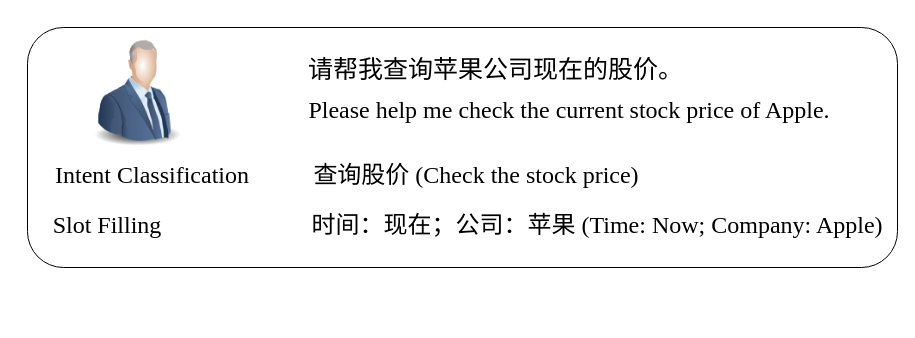
Earlier version of the draw.io diagram chinese_NLU/Chinese_NLU_task.drawio (lengyueit/paper_pic). Source tidied: cells renumbered, new cells numbered last; positions are measured from the earlier drawing's top-left corner, leaving out a move shared by most shapes. Both pictures are drawn from the tidied source at 100%, with x=0, y=0 at pixel (27, 27).
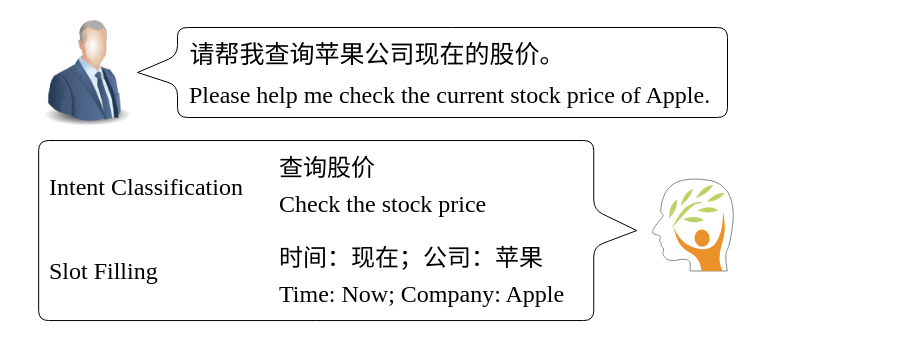
Above is the later version.

What changed in the source:
```diff
@@
 <mxGraphModel>
   <root>
     <mxCell id="0" />
     <mxCell id="1" parent="0" />
-    <mxCell id="2" style="rounded=1;whiteSpace=wrap;html=1;" parent="1" vertex="1">
-      <mxGeometry width="870" height="240" as="geometry" />
-    </mxCell>
+    <mxCell id="10" style="shape=callout;whiteSpace=wrap;html=1;perimeter=calloutPerimeter;rotation=90;rounded=1;direction=west;size=43;position=0.41;base=37;" parent="1" vertex="1">
+      <mxGeometry x="220.2" y="-96" width="180" height="598.1" as="geometry" />
+    </mxCell>
+    <mxCell id="11" style="shape=callout;whiteSpace=wrap;html=1;perimeter=calloutPerimeter;rotation=90;rounded=1;direction=east;size=40;position=0.31;base=30;" parent="1" vertex="1">
+      <mxGeometry x="360" y="-250" width="90" height="590" as="geometry" />
+    </mxCell>
     <mxCell id="3" style="image;html=1;image=img/lib/clip_art/people/Suit_Man_Blue_128x128.png;" parent="1" vertex="1">
-      <mxGeometry x="40" y="10" width="140" height="110" as="geometry" />
+      <mxGeometry x="-10" y="-10" width="140" height="110" as="geometry" />
     </mxCell>
     <mxCell id="4" value="&lt;font face=&quot;Times New Roman&quot; style=&quot;font-size: 25px;&quot;&gt;请帮我查询苹果公司现在的股价。&lt;/font&gt;" style="text;html=1;align=center;verticalAlign=middle;whiteSpace=wrap;rounded=0;fontSize=30;" parent="1" vertex="1">
-      <mxGeometry x="278" y="25" width="381" height="30" as="geometry" />
+      <mxGeometry x="160" y="10" width="380" height="30" as="geometry" />
     </mxCell>
-    <mxCell id="5" value="&lt;font face=&quot;Times New Roman&quot; style=&quot;font-size: 24px;&quot;&gt;查询股价 (Check the stock price)&lt;/font&gt;" style="text;html=1;align=center;verticalAlign=middle;whiteSpace=wrap;rounded=0;fontSize=30;" parent="1" vertex="1">
-      <mxGeometry x="228" y="130" width="442" height="30" as="geometry" />
+    <mxCell id="5" value="&lt;font face=&quot;Times New Roman&quot; style=&quot;font-size: 24px;&quot;&gt;查询股价&amp;nbsp;&lt;/font&gt;&lt;div&gt;&lt;font face=&quot;Times New Roman&quot; style=&quot;font-size: 24px;&quot;&gt;Check the stock price&lt;/font&gt;&lt;/div&gt;" style="text;html=1;align=left;verticalAlign=middle;whiteSpace=wrap;rounded=0;fontSize=30;" parent="1" vertex="1">
+      <mxGeometry x="250" y="120.7" width="240" height="70" as="geometry" />
     </mxCell>
-    <mxCell id="6" value="&lt;font style=&quot;font-size: 24px;&quot; face=&quot;Times New Roman&quot;&gt;&lt;font style=&quot;&quot;&gt;时间：现在；公司：苹果&lt;/font&gt;&amp;nbsp;(Time: Now; Company: Apple)&lt;/font&gt;" style="text;html=1;align=center;verticalAlign=middle;whiteSpace=wrap;rounded=0;fontSize=30;" parent="1" vertex="1">
-      <mxGeometry x="270" y="180" width="600" height="30" as="geometry" />
+    <mxCell id="6" value="&lt;font style=&quot;font-size: 24px;&quot; face=&quot;Times New Roman&quot;&gt;&lt;font style=&quot;&quot;&gt;时间：现在；公司：苹果&lt;/font&gt;&amp;nbsp;&lt;/font&gt;&lt;div&gt;&lt;font style=&quot;font-size: 24px;&quot; face=&quot;Times New Roman&quot;&gt;Time: Now; Company: Apple&lt;/font&gt;&lt;/div&gt;" style="text;html=1;align=left;verticalAlign=middle;whiteSpace=wrap;rounded=0;fontSize=30;" parent="1" vertex="1">
+      <mxGeometry x="250" y="210.7" width="310" height="70" as="geometry" />
     </mxCell>
-    <mxCell id="7" value="&lt;font face=&quot;Times New Roman&quot; style=&quot;font-size: 24px;&quot;&gt;Intent Classification&lt;/font&gt;" style="text;html=1;align=center;verticalAlign=middle;whiteSpace=wrap;rounded=0;fontSize=30;" parent="1" vertex="1">
-      <mxGeometry x="10" y="130" width="230" height="30" as="geometry" />
+    <mxCell id="7" value="&lt;font face=&quot;Times New Roman&quot; style=&quot;font-size: 24px;&quot;&gt;Intent Classification&lt;/font&gt;" style="text;html=1;align=left;verticalAlign=middle;whiteSpace=wrap;rounded=0;fontSize=30;" parent="1" vertex="1">
+      <mxGeometry x="20" y="141.7" width="230" height="30" as="geometry" />
     </mxCell>
-    <mxCell id="8" value="&lt;font face=&quot;Times New Roman&quot; style=&quot;font-size: 24px;&quot;&gt;Slot Filling&lt;/font&gt;" style="text;html=1;align=center;verticalAlign=middle;whiteSpace=wrap;rounded=0;fontSize=30;" parent="1" vertex="1">
-      <mxGeometry x="10" y="180" width="140" height="30" as="geometry" />
+    <mxCell id="8" value="&lt;font face=&quot;Times New Roman&quot; style=&quot;font-size: 24px;&quot;&gt;Slot Filling&lt;/font&gt;" style="text;html=1;align=left;verticalAlign=middle;whiteSpace=wrap;rounded=0;fontSize=30;" parent="1" vertex="1">
+      <mxGeometry x="20" y="225.7" width="140" height="30" as="geometry" />
     </mxCell>
-    <mxCell id="9" value="&lt;span style=&quot;text-align: left;&quot;&gt;&lt;font style=&quot;font-size: 24px;&quot; face=&quot;Times New Roman&quot;&gt;Please help me check the current stock price of Apple.&lt;/font&gt;&lt;/span&gt;" style="text;html=1;align=center;verticalAlign=middle;whiteSpace=wrap;rounded=0;fontSize=30;" parent="1" vertex="1">
-      <mxGeometry x="250" y="65" width="584" height="30" as="geometry" />
+    <mxCell id="9" value="&lt;span style=&quot;&quot;&gt;&lt;font face=&quot;Times New Roman&quot; style=&quot;font-size: 24px;&quot;&gt;Please help me check the current stock price of Apple.&lt;/font&gt;&lt;/span&gt;" style="text;html=1;align=left;verticalAlign=middle;whiteSpace=wrap;rounded=0;fontSize=30;" parent="1" vertex="1">
+      <mxGeometry x="160" y="50" width="530" height="30" as="geometry" />
     </mxCell>
+    <mxCell id="12" style="dashed=0;html=1;align=center;labelPosition=center;verticalLabelPosition=bottom;verticalAlign=top;shape=mxgraph.weblogos.mind_body_green;strokeColor=#888888;" parent="1" vertex="1">
+      <mxGeometry x="625" y="150.7" width="81.4" height="92.8" as="geometry" />
+    </mxCell>
   </root>
 </mxGraphModel>
```
